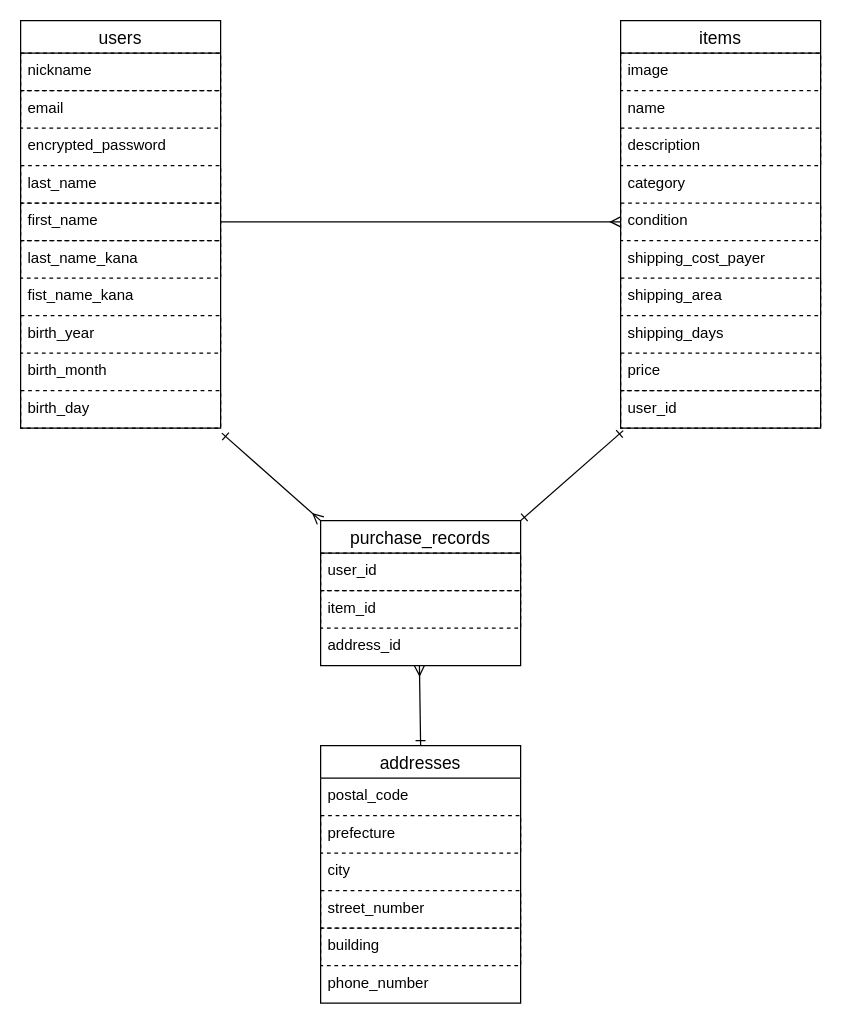
Before: ER.dio in Akira-Idei/furima-35962, a draw.io diagram. Source tidied: cells renumbered, new cells numbered last; positions are measured from the earlier drawing's top-left corner, leaving out a move shared by most shapes. Both pictures are drawn from the tidied source at 125%, with x=0, y=0 at pixel (20, 20).
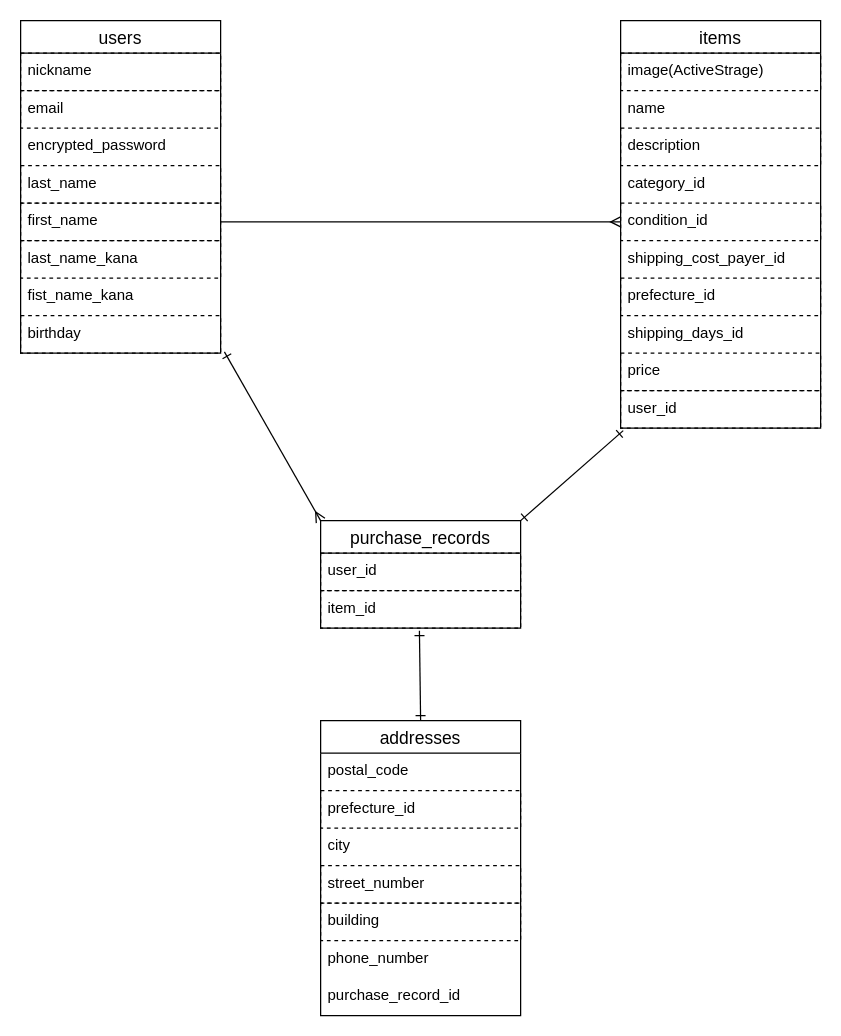
The same page after the edit.

Commit message (it also covers changes not shown here):
データベース設計修正2

Unchanged cells that the change refers to:
```xml
<mxCell id="15" value="item_id" style="text;fillColor=none;spacingLeft=4;spacingRight=4;overflow=hidden;points=[[0,0.5],[1,0.5]];portConstraint=eastwest;fontSize=12;strokeColor=#000000;dashed=1;" parent="13" vertex="1">
  <mxGeometry y="56" width="160" height="30" as="geometry" />
</mxCell>
<mxCell id="17" value="items" style="swimlane;fontStyle=0;horizontal=1;startSize=26;align=center;fontSize=14;" parent="1" vertex="1">
  <mxGeometry x="480" width="160" height="326" as="geometry" />
</mxCell>
```

What changed in the source:
```diff
@@
     <mxCell id="2" value="users" style="swimlane;fontStyle=0;horizontal=1;startSize=26;align=center;fontSize=14;" parent="1" vertex="1">
-      <mxGeometry width="160" height="326" as="geometry" />
+      <mxGeometry width="160" height="266" as="geometry" />
     </mxCell>
@@
-    <mxCell id="10" value="birth_year" style="text;fillColor=none;spacingLeft=4;spacingRight=4;overflow=hidden;points=[[0,0.5],[1,0.5]];portConstraint=eastwest;fontSize=12;strokeColor=#000000;dashed=1;" parent="2" vertex="1">
+    <mxCell id="10" value="birthday" style="text;fillColor=none;spacingLeft=4;spacingRight=4;overflow=hidden;points=[[0,0.5],[1,0.5]];portConstraint=eastwest;fontSize=12;strokeColor=#000000;dashed=1;" parent="2" vertex="1">
       <mxGeometry y="236" width="160" height="30" as="geometry" />
     </mxCell>
-    <mxCell id="11" value="birth_month" style="text;strokeColor=none;fillColor=none;spacingLeft=4;spacingRight=4;overflow=hidden;fontSize=12;" parent="2" vertex="1">
-      <mxGeometry y="266" width="160" height="30" as="geometry" />
-    </mxCell>
-    <mxCell id="12" value="birth_day" style="text;fillColor=none;spacingLeft=4;spacingRight=4;overflow=hidden;points=[[0,0.5],[1,0.5]];portConstraint=eastwest;fontSize=12;dashed=1;strokeColor=#000000;" parent="2" vertex="1">
-      <mxGeometry y="296" width="160" height="30" as="geometry" />
-    </mxCell>
     <mxCell id="13" value="purchase_records" style="swimlane;fontStyle=0;horizontal=1;startSize=26;align=center;fontSize=14;" parent="1" vertex="1">
-      <mxGeometry x="240" y="400" width="160" height="116" as="geometry" />
+      <mxGeometry x="240" y="400" width="160" height="86" as="geometry" />
     </mxCell>
@@
-    <mxCell id="16" value="address_id" style="text;strokeColor=none;fillColor=none;spacingLeft=4;spacingRight=4;overflow=hidden;points=[[0,0.5],[1,0.5]];portConstraint=eastwest;fontSize=12;" parent="13" vertex="1">
-      <mxGeometry y="86" width="160" height="30" as="geometry" />
-    </mxCell>
@@
-    <mxCell id="18" value="image" style="text;fillColor=none;spacingLeft=4;spacingRight=4;overflow=hidden;fontSize=12;strokeColor=#000000;dashed=1;" parent="17" vertex="1">
+    <mxCell id="18" value="image(ActiveStrage)" style="text;fillColor=none;spacingLeft=4;spacingRight=4;overflow=hidden;fontSize=12;strokeColor=#000000;dashed=1;" parent="17" vertex="1">
       <mxGeometry y="26" width="160" height="30" as="geometry" />
     </mxCell>
@@
-    <mxCell id="21" value="category" style="text;strokeColor=none;fillColor=none;spacingLeft=4;spacingRight=4;overflow=hidden;fontSize=12;" parent="17" vertex="1">
+    <mxCell id="21" value="category_id" style="text;strokeColor=none;fillColor=none;spacingLeft=4;spacingRight=4;overflow=hidden;fontSize=12;" parent="17" vertex="1">
       <mxGeometry y="116" width="160" height="30" as="geometry" />
     </mxCell>
-    <mxCell id="22" value="condition" style="text;fillColor=none;spacingLeft=4;spacingRight=4;overflow=hidden;points=[[0,0.5],[1,0.5]];portConstraint=eastwest;fontSize=12;strokeColor=#000000;dashed=1;" parent="17" vertex="1">
+    <mxCell id="22" value="condition_id" style="text;fillColor=none;spacingLeft=4;spacingRight=4;overflow=hidden;points=[[0,0.5],[1,0.5]];portConstraint=eastwest;fontSize=12;strokeColor=#000000;dashed=1;" parent="17" vertex="1">
       <mxGeometry y="146" width="160" height="30" as="geometry" />
     </mxCell>
-    <mxCell id="23" value="shipping_cost_payer" style="text;strokeColor=none;fillColor=none;spacingLeft=4;spacingRight=4;overflow=hidden;fontSize=12;" parent="17" vertex="1">
+    <mxCell id="23" value="shipping_cost_payer_id" style="text;strokeColor=none;fillColor=none;spacingLeft=4;spacingRight=4;overflow=hidden;fontSize=12;" parent="17" vertex="1">
       <mxGeometry y="176" width="160" height="30" as="geometry" />
     </mxCell>
-    <mxCell id="24" value="shipping_area" style="text;fillColor=none;spacingLeft=4;spacingRight=4;overflow=hidden;fontSize=12;strokeColor=#000000;dashed=1;" parent="17" vertex="1">
+    <mxCell id="24" value="prefecture_id" style="text;fillColor=none;spacingLeft=4;spacingRight=4;overflow=hidden;fontSize=12;strokeColor=#000000;dashed=1;" parent="17" vertex="1">
       <mxGeometry y="206" width="160" height="30" as="geometry" />
     </mxCell>
-    <mxCell id="25" value="shipping_days" style="text;strokeColor=none;fillColor=none;spacingLeft=4;spacingRight=4;overflow=hidden;fontSize=12;" parent="17" vertex="1">
+    <mxCell id="25" value="shipping_days_id" style="text;strokeColor=none;fillColor=none;spacingLeft=4;spacingRight=4;overflow=hidden;fontSize=12;" parent="17" vertex="1">
       <mxGeometry y="236" width="160" height="30" as="geometry" />
     </mxCell>
@@
     <mxCell id="28" value="addresses" style="swimlane;fontStyle=0;horizontal=1;startSize=26;align=center;fontSize=14;" parent="1" vertex="1">
-      <mxGeometry x="240" y="580" width="160" height="206" as="geometry" />
+      <mxGeometry x="240" y="560" width="160" height="236" as="geometry" />
     </mxCell>
@@
-    <mxCell id="30" value="prefecture" style="text;fillColor=none;spacingLeft=4;spacingRight=4;overflow=hidden;fontSize=12;strokeColor=#000000;dashed=1;" parent="28" vertex="1">
+    <mxCell id="30" value="prefecture_id" style="text;fillColor=none;spacingLeft=4;spacingRight=4;overflow=hidden;fontSize=12;strokeColor=#000000;dashed=1;" parent="28" vertex="1">
       <mxGeometry y="56" width="160" height="30" as="geometry" />
     </mxCell>
@@
+    <mxCell id="39" value="purchase_record_id" style="text;fillColor=none;spacingLeft=4;spacingRight=4;overflow=hidden;fontSize=12;dashed=1;" parent="28" vertex="1">
+      <mxGeometry y="206" width="160" height="30" as="geometry" />
+    </mxCell>
@@
-    <mxCell id="37" style="endArrow=ERmany;html=1;rounded=0;exitX=0.5;exitY=0;exitDx=0;exitDy=0;endFill=0;entryX=0.494;entryY=1;entryDx=0;entryDy=0;entryPerimeter=0;startArrow=ERone;startFill=0;" parent="1" edge="1" source="28" target="16">
+    <mxCell id="37" style="endArrow=ERone;html=1;rounded=0;exitX=0.5;exitY=0;exitDx=0;exitDy=0;endFill=0;entryX=0.494;entryY=1.067;entryDx=0;entryDy=0;entryPerimeter=0;startArrow=ERone;startFill=0;" parent="1" edge="1" source="28" target="15">
       <mxGeometry relative="1" as="geometry" />
     </mxCell>
-    <mxCell id="38" style="endArrow=ERone;html=1;rounded=0;exitX=0;exitY=0;exitDx=0;exitDy=0;endFill=0;startArrow=ERmany;startFill=0;entryX=1.006;entryY=1.133;entryDx=0;entryDy=0;entryPerimeter=0;" parent="1" edge="1" source="13" target="12">
+    <mxCell id="38" style="endArrow=ERone;html=1;rounded=0;exitX=0;exitY=0;exitDx=0;exitDy=0;endFill=0;startArrow=ERmany;startFill=0;entryX=1.019;entryY=0.967;entryDx=0;entryDy=0;entryPerimeter=0;" parent="1" edge="1" source="13" target="10">
       <mxGeometry relative="1" as="geometry" />
     </mxCell>
```
